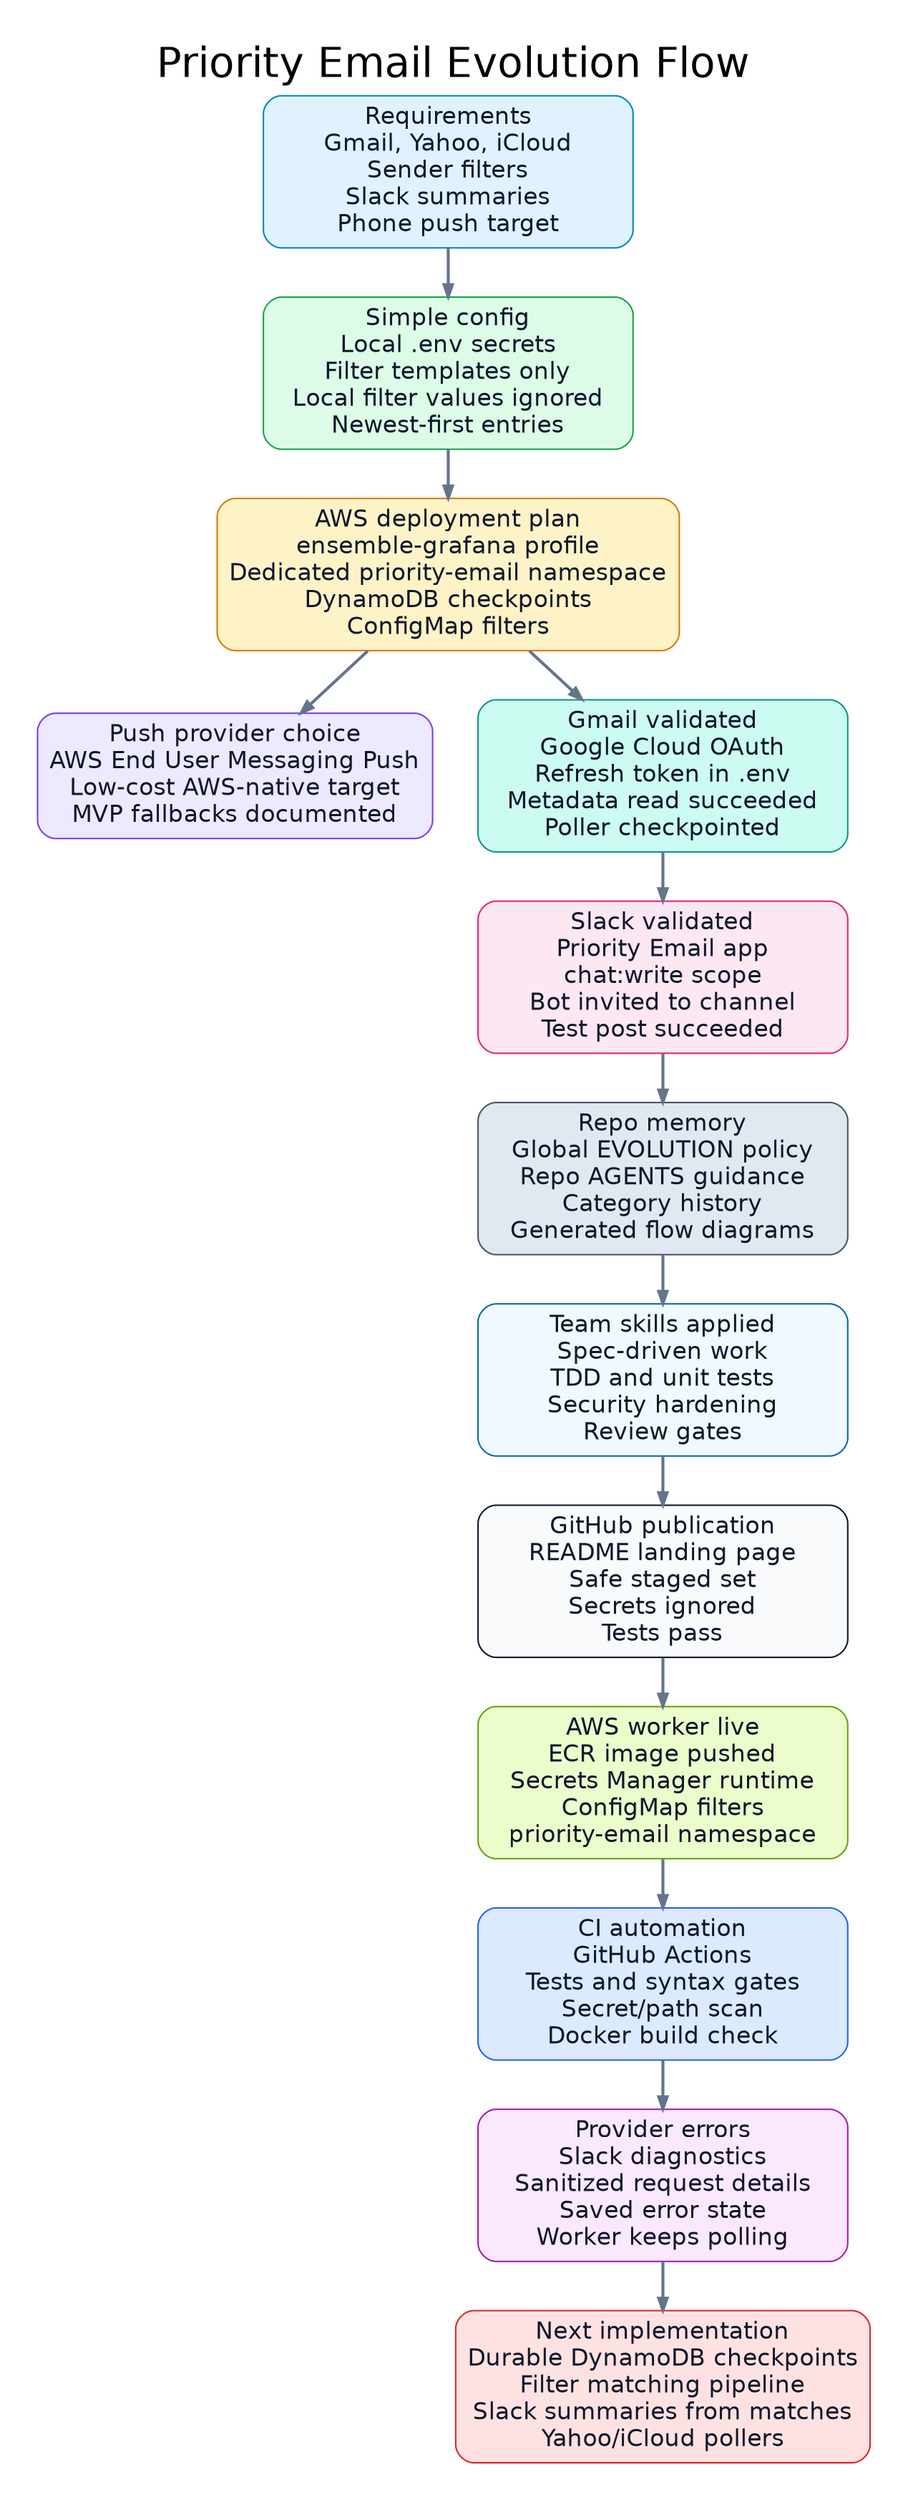
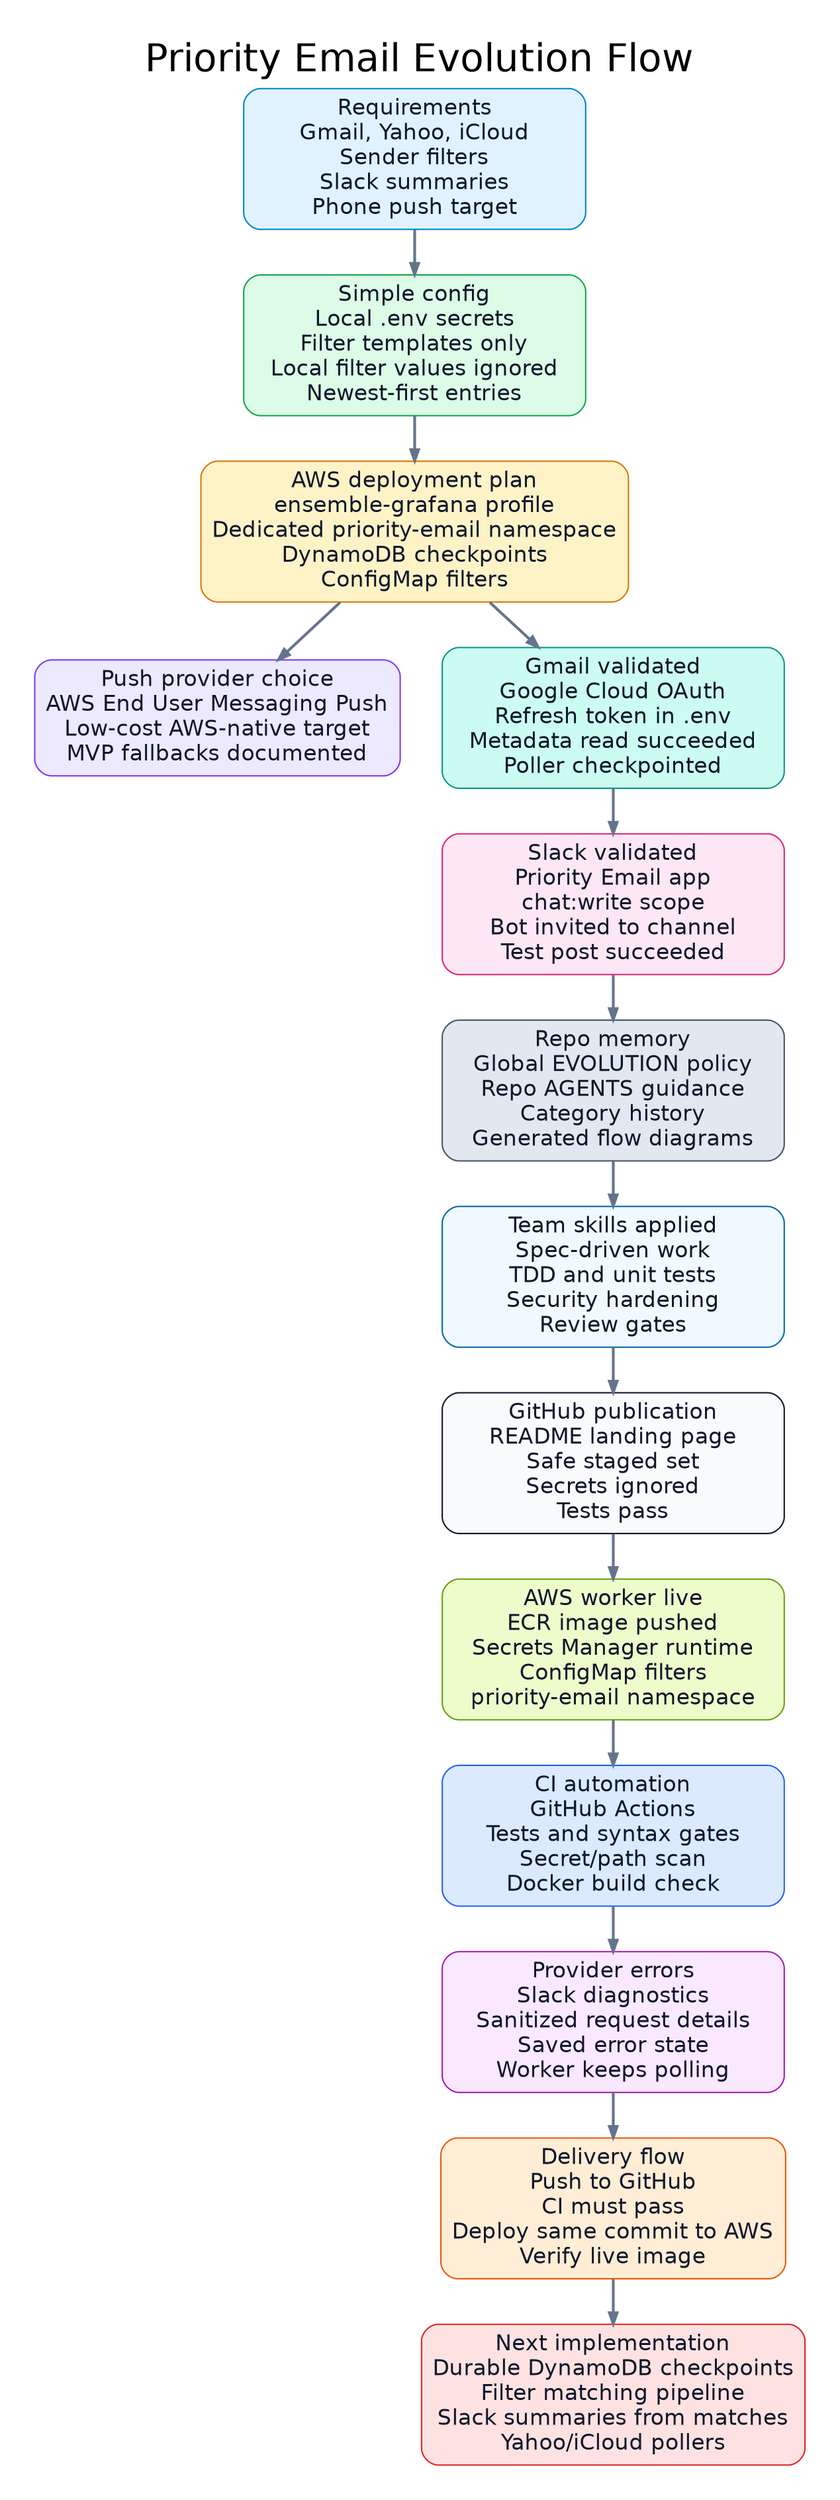
digraph priority_email_evolution_flow {
  graph [
    rankdir=TB,
    bgcolor="#ffffff",
    pad="0.35",
    nodesep="0.42",
    ranksep="0.46",
    fontname="Helvetica",
    fontsize=28,
    labelloc="t",
    label="Priority Email Evolution Flow"
  ];

  node [
    shape=box,
    style="rounded,filled",
    fontname="Helvetica",
    fontsize=16,
    margin="0.11,0.08",
    width=3.45,
    color="#334155",
    fontcolor="#0f172a"
  ];

  edge [
    color="#64748b",
    arrowsize=0.8,
    penwidth=2,
    fontname="Helvetica",
    fontsize=12,
    fontcolor="#334155"
  ];

  requirements [
    label="Requirements\nGmail, Yahoo, iCloud\nSender filters\nSlack summaries\nPhone push target",
    fillcolor="#e0f2fe",
    color="#0284c7"
  ];

  config [
    label="Simple config\nLocal .env secrets\nFilter templates only\nLocal filter values ignored\nNewest-first entries",
    fillcolor="#dcfce7",
    color="#16a34a"
  ];

  deployment [
    label="AWS deployment plan\nensemble-grafana profile\nDedicated priority-email namespace\nDynamoDB checkpoints\nConfigMap filters",
    fillcolor="#fef3c7",
    color="#d97706"
  ];

  push [
    label="Push provider choice\nAWS End User Messaging Push\nLow-cost AWS-native target\nMVP fallbacks documented",
    fillcolor="#ede9fe",
    color="#7c3aed"
  ];

  gmail [
    label="Gmail validated\nGoogle Cloud OAuth\nRefresh token in .env\nMetadata read succeeded\nPoller checkpointed",
    fillcolor="#ccfbf1",
    color="#0d9488"
  ];

  slack [
    label="Slack validated\nPriority Email app\nchat:write scope\nBot invited to channel\nTest post succeeded",
    fillcolor="#fce7f3",
    color="#db2777"
  ];

  policy [
    label="Repo memory\nGlobal EVOLUTION policy\nRepo AGENTS guidance\nCategory history\nGenerated flow diagrams",
    fillcolor="#e2e8f0",
    color="#475569"
  ];

  quality [
    label="Team skills applied\nSpec-driven work\nTDD and unit tests\nSecurity hardening\nReview gates",
    fillcolor="#f0f9ff",
    color="#0369a1"
  ];

  github [
    label="GitHub publication\nREADME landing page\nSafe staged set\nSecrets ignored\nTests pass",
    fillcolor="#f8fafc",
    color="#0f172a"
  ];

  aws_live [
    label="AWS worker live\nECR image pushed\nSecrets Manager runtime\nConfigMap filters\npriority-email namespace",
    fillcolor="#ecfccb",
    color="#65a30d"
  ];

  ci [
    label="CI automation\nGitHub Actions\nTests and syntax gates\nSecret/path scan\nDocker build check",
    fillcolor="#dbeafe",
    color="#2563eb"
  ];

  provider_errors [
    label="Provider errors\nSlack diagnostics\nSanitized request details\nSaved error state\nWorker keeps polling",
    fillcolor="#fae8ff",
    color="#a21caf"
  ];

+   delivery_flow [
+     label="Delivery flow\nPush to GitHub\nCI must pass\nDeploy same commit to AWS\nVerify live image",
+     fillcolor="#ffedd5",
+     color="#ea580c"
+   ];
+ 
  next [
    label="Next implementation\nDurable DynamoDB checkpoints\nFilter matching pipeline\nSlack summaries from matches\nYahoo/iCloud pollers",
    fillcolor="#fee2e2",
    color="#dc2626"
  ];

  requirements -> config;
  config -> deployment;
  deployment -> push;
  deployment -> gmail;
  gmail -> slack;
  slack -> policy;
  policy -> quality;
  quality -> github;
  github -> aws_live;
  aws_live -> ci;
  ci -> provider_errors;
-   provider_errors -> next;
+   provider_errors -> delivery_flow;
+   delivery_flow -> next;
}
